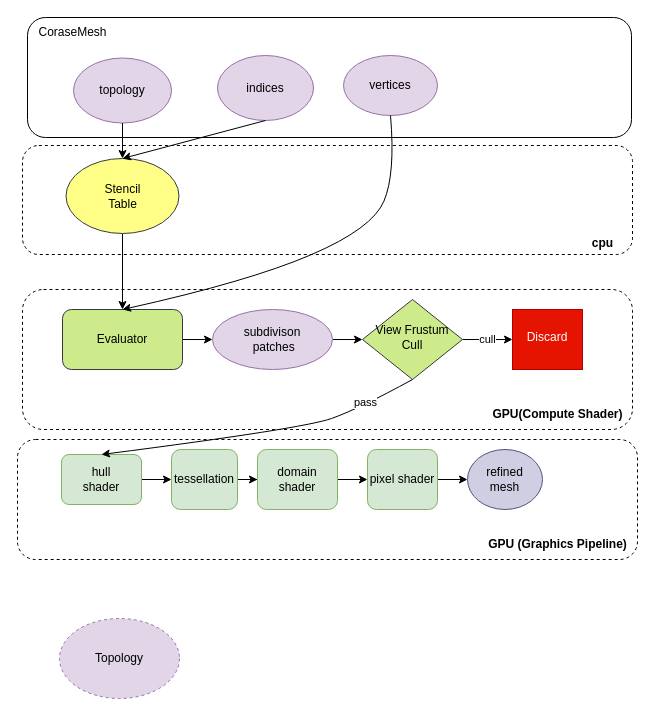
The draw.io diagram subd.drawio in killroshan/visio_chart, before the edit. Source tidied: cells renumbered, new cells numbered last; positions are measured from the earlier drawing's top-left corner, leaving out a move shared by most shapes. Both pictures are drawn from the tidied source at 100%, with x=0, y=0 at pixel (17, 17).
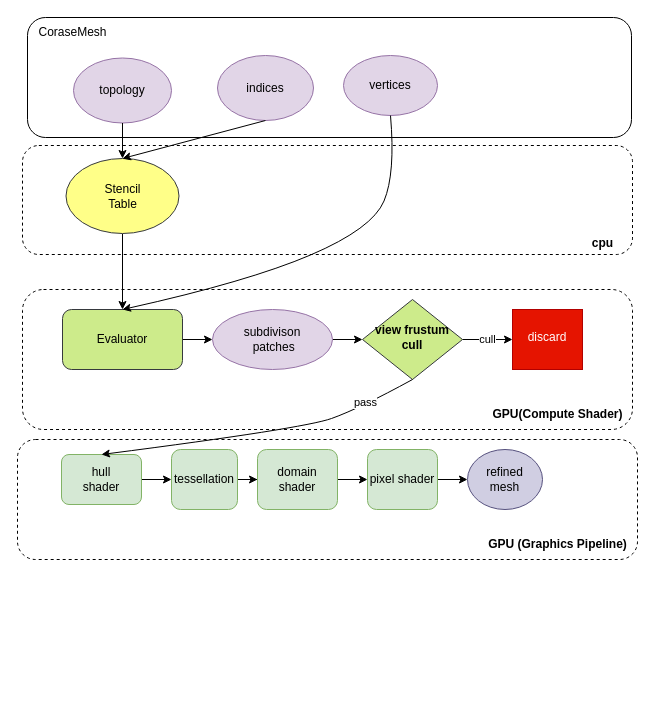
After the change.

What changed in the source:
```diff
@@
-    <mxCell id="7" value="View Frustum Cull" style="rhombus;whiteSpace=wrap;html=1;shadow=0;fontFamily=Helvetica;fontSize=12;align=center;strokeWidth=1;spacing=6;spacingTop=-4;fillColor=#cdeb8b;strokeColor=#36393d;" parent="1" vertex="1">
+    <mxCell id="7" value="&lt;b&gt;view frustum cull&lt;/b&gt;" style="rhombus;whiteSpace=wrap;html=1;shadow=0;fontFamily=Helvetica;fontSize=12;align=center;strokeWidth=1;spacing=6;spacingTop=-4;fillColor=#cdeb8b;strokeColor=#36393d;" parent="1" vertex="1">
       <mxGeometry x="345" y="282" width="100" height="80" as="geometry" />
     </mxCell>
@@
-    <mxCell id="21" value="Discard" style="whiteSpace=wrap;html=1;shadow=0;strokeWidth=1;spacing=6;spacingTop=-4;fillColor=#e51400;strokeColor=#B20000;fontColor=#ffffff;" parent="1" vertex="1">
+    <mxCell id="21" value="discard" style="whiteSpace=wrap;html=1;shadow=0;strokeWidth=1;spacing=6;spacingTop=-4;fillColor=#e51400;strokeColor=#B20000;fontColor=#ffffff;" parent="1" vertex="1">
       <mxGeometry x="495" y="292" width="70" height="60" as="geometry" />
     </mxCell>
@@
-    <mxCell id="34" value="Topology" style="ellipse;whiteSpace=wrap;html=1;dashed=1;fillColor=#e1d5e7;strokeColor=#9673a6;" parent="1" vertex="1">
-      <mxGeometry x="42" y="601" width="120" height="80" as="geometry" />
-    </mxCell>
```
